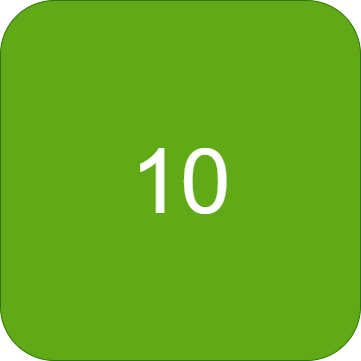
The draw.io diagram Rush Hour Main/assets/MapButtons/10(B).png in zintom69/Game-Rush-Hour, before a commit. Source tidied: cells renumbered, new cells last; positions are measured from the earlier drawing's top-left corner, leaving out a move shared by most shapes.
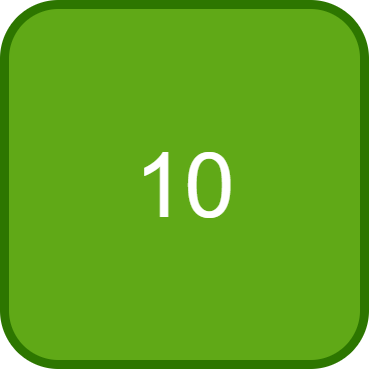
The same diagram one commit later.

Diff of the diagram source:
```diff
@@ -2,7 +2,7 @@
   <root>
     <mxCell id="0" />
     <mxCell id="1" parent="0" />
-    <mxCell id="2" value="&lt;span style=&quot;font-size: 90px;&quot;&gt;10&lt;/span&gt;" style="rounded=1;whiteSpace=wrap;html=1;fillColor=#60a917;fontColor=#ffffff;strokeColor=#2D7600;" parent="1" vertex="1">
+    <mxCell id="2" value="&lt;span style=&quot;font-size: 90px;&quot;&gt;10&lt;/span&gt;" style="rounded=1;whiteSpace=wrap;html=1;strokeWidth=9;fillColor=#60a917;fontColor=#ffffff;strokeColor=#2D7600;" parent="1" vertex="1">
       <mxGeometry width="360" height="360" as="geometry" />
     </mxCell>
   </root>
```
